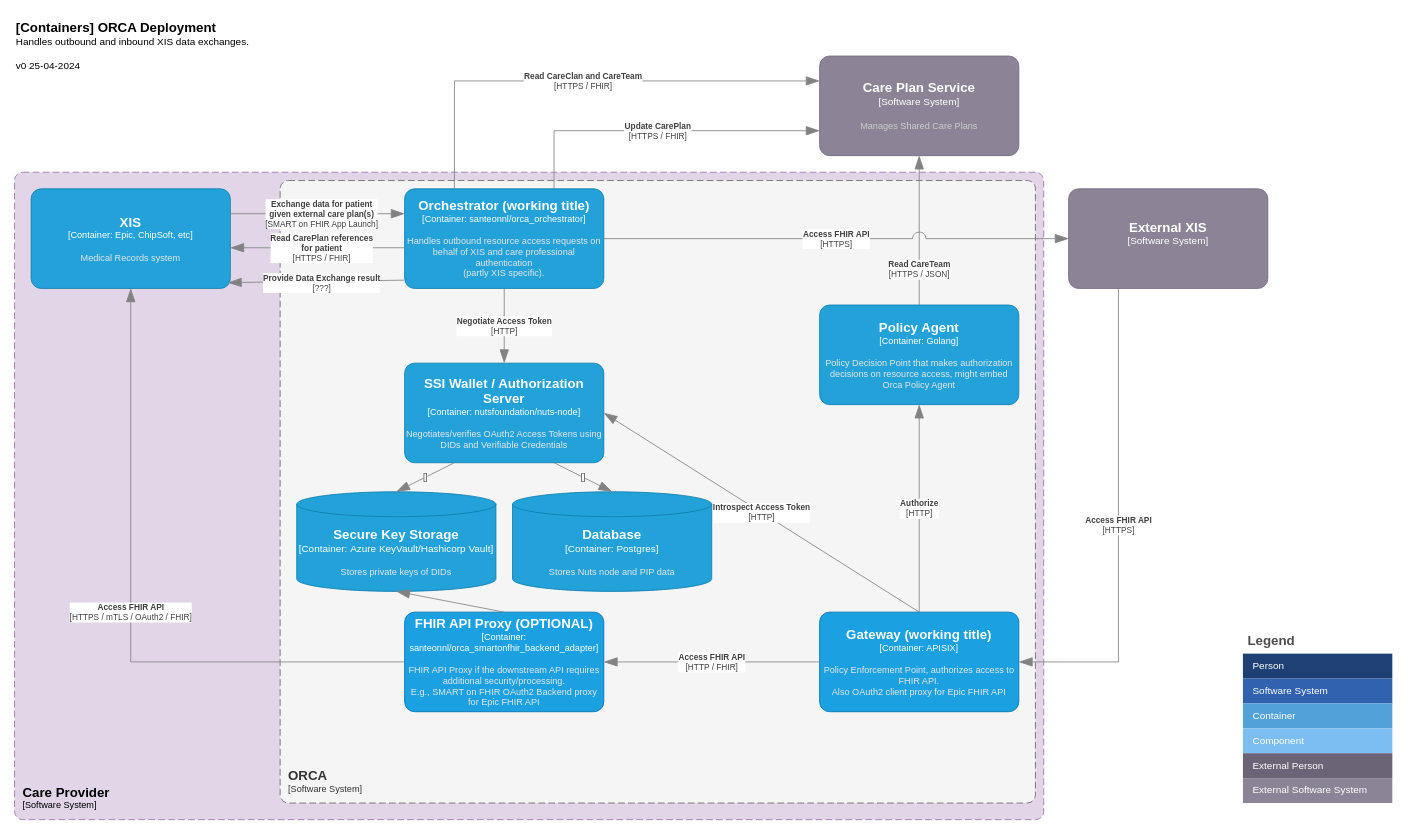
Above: page "ORCA Container Diagram" (3 of 3) of docs/Orca Architectural Diagrams.drawio in SanteonNL/orca (draw.io), before the change. Source tidied: cells renumbered, new cells numbered last; positions are measured from the earlier drawing's top-left corner, leaving out a move shared by most shapes. Both pictures are drawn from the tidied source at 83%, with x=0, y=0 at pixel (14, 14).
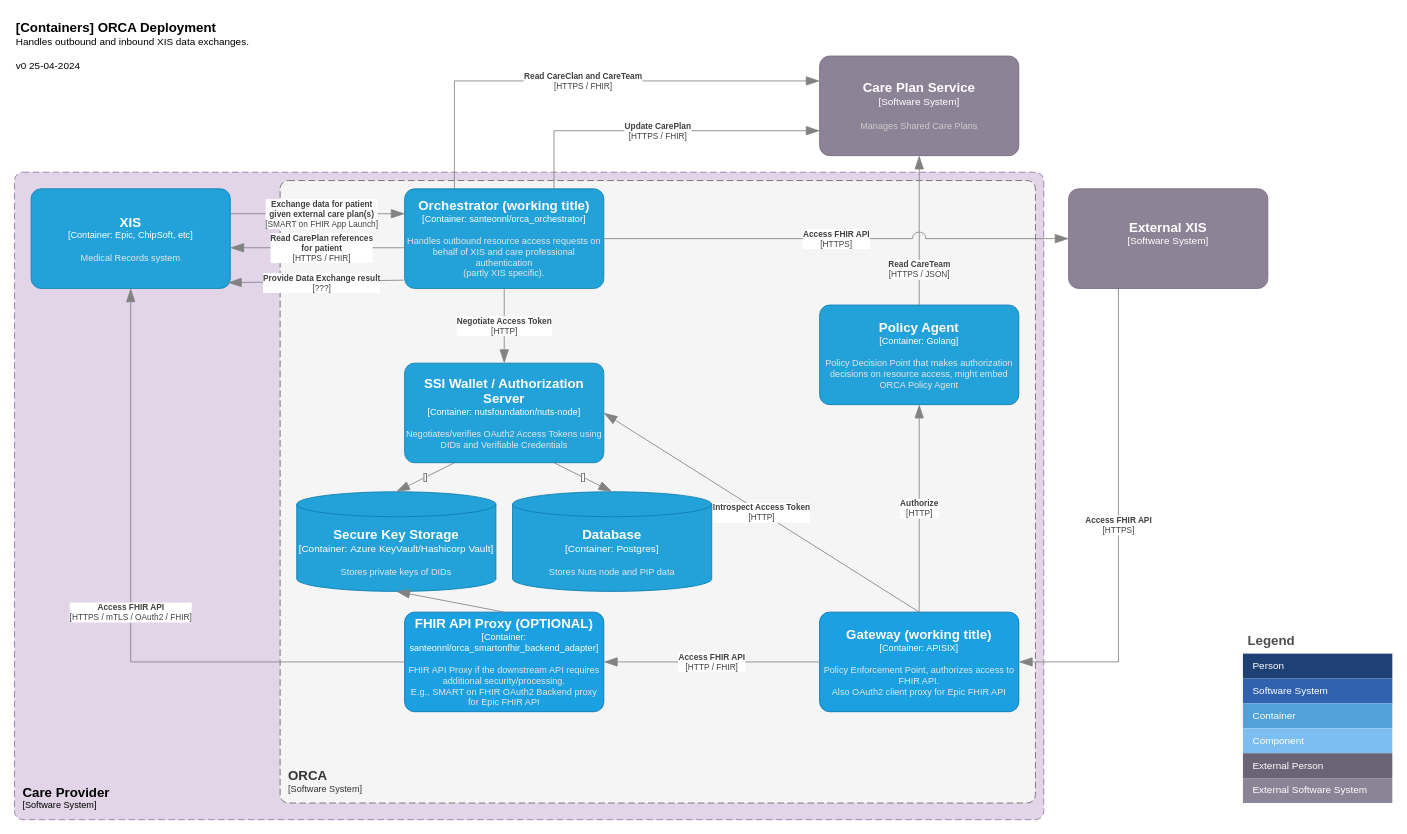
After the change.

Diff of the diagram source:
```diff
@@
-    <object id="7" label="&lt;font style=&quot;font-size: 16px&quot;&gt;&lt;b&gt;%c4Name%&lt;/b&gt;&lt;/font&gt;&lt;div&gt;[%c4Type%: %c4Technology%]&lt;/div&gt;&lt;br&gt;&lt;div&gt;&lt;font style=&quot;font-size: 11px&quot;&gt;&lt;font color=&quot;#E6E6E6&quot;&gt;%c4Description%&lt;/font&gt;&lt;/div&gt;" c4Description="Policy Decision Point that makes authorization decisions on resource access, might embed Orca Policy Agent" c4Name="Policy Agent" c4Technology="Golang" c4Type="Container" placeholders="1">
+    <object id="7" label="&lt;font style=&quot;font-size: 16px&quot;&gt;&lt;b&gt;%c4Name%&lt;/b&gt;&lt;/font&gt;&lt;div&gt;[%c4Type%: %c4Technology%]&lt;/div&gt;&lt;br&gt;&lt;div&gt;&lt;font style=&quot;font-size: 11px&quot;&gt;&lt;font color=&quot;#E6E6E6&quot;&gt;%c4Description%&lt;/font&gt;&lt;/div&gt;" c4Description="Policy Decision Point that makes authorization decisions on resource access, might embed ORCA Policy Agent" c4Name="Policy Agent" c4Technology="Golang" c4Type="Container" placeholders="1">
       <mxCell style="rounded=1;whiteSpace=wrap;html=1;fontSize=11;labelBackgroundColor=none;fillColor=#23A2D9;fontColor=#ffffff;align=center;arcSize=10;strokeColor=#0E7DAD;points=[[0.25,0,0],[0.5,0,0],[0.75,0,0],[1,0.25,0],[1,0.5,0],[1,0.75,0],[0.75,1,0],[0.5,1,0],[0.25,1,0],[0,0.75,0],[0,0.5,0],[0,0.25,0]];" parent="1" vertex="1">
         <mxGeometry x="970" y="350" width="240" height="120" as="geometry" />
       </mxCell>
     </object>
```
